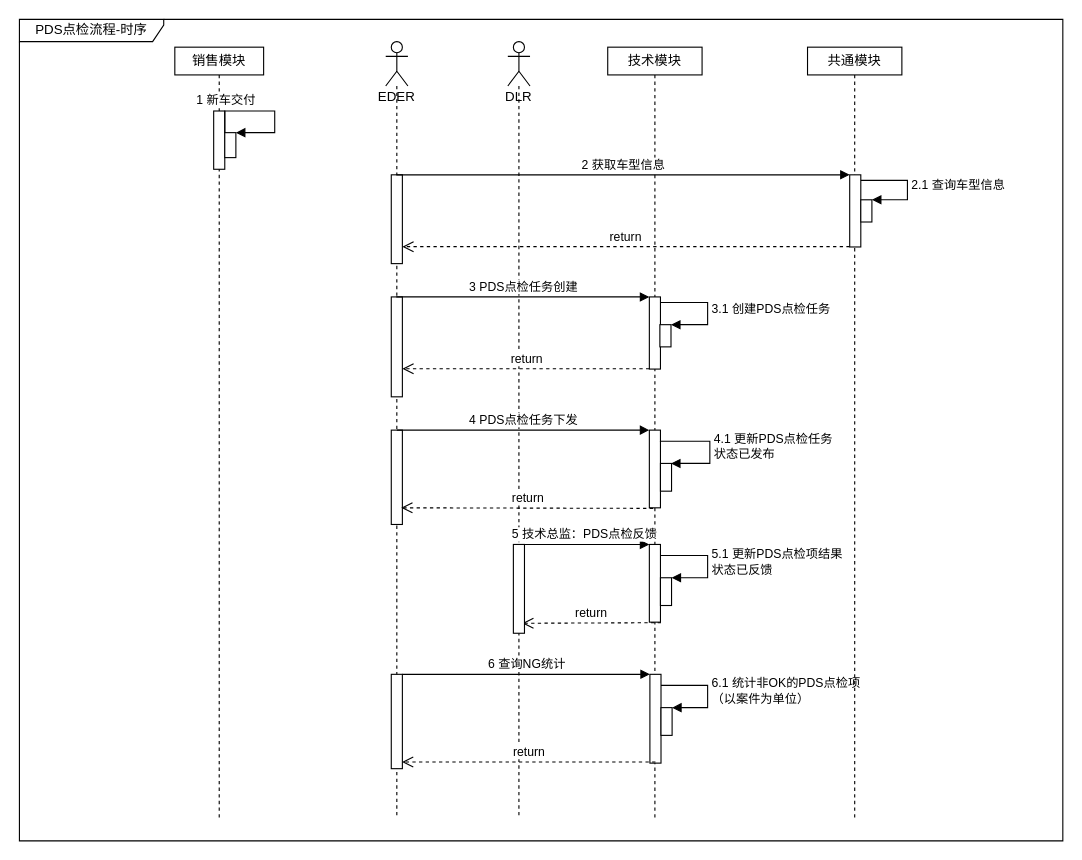
Before: test_uml/未命名绘图.drawio in Fat-Rice/study, a draw.io diagram. Source tidied: cells renumbered, new cells numbered last; positions are measured from the earlier drawing's top-left corner, leaving out a move shared by most shapes. Both pictures are drawn from the tidied source at 111%, with x=0, y=0 at pixel (19, 19).
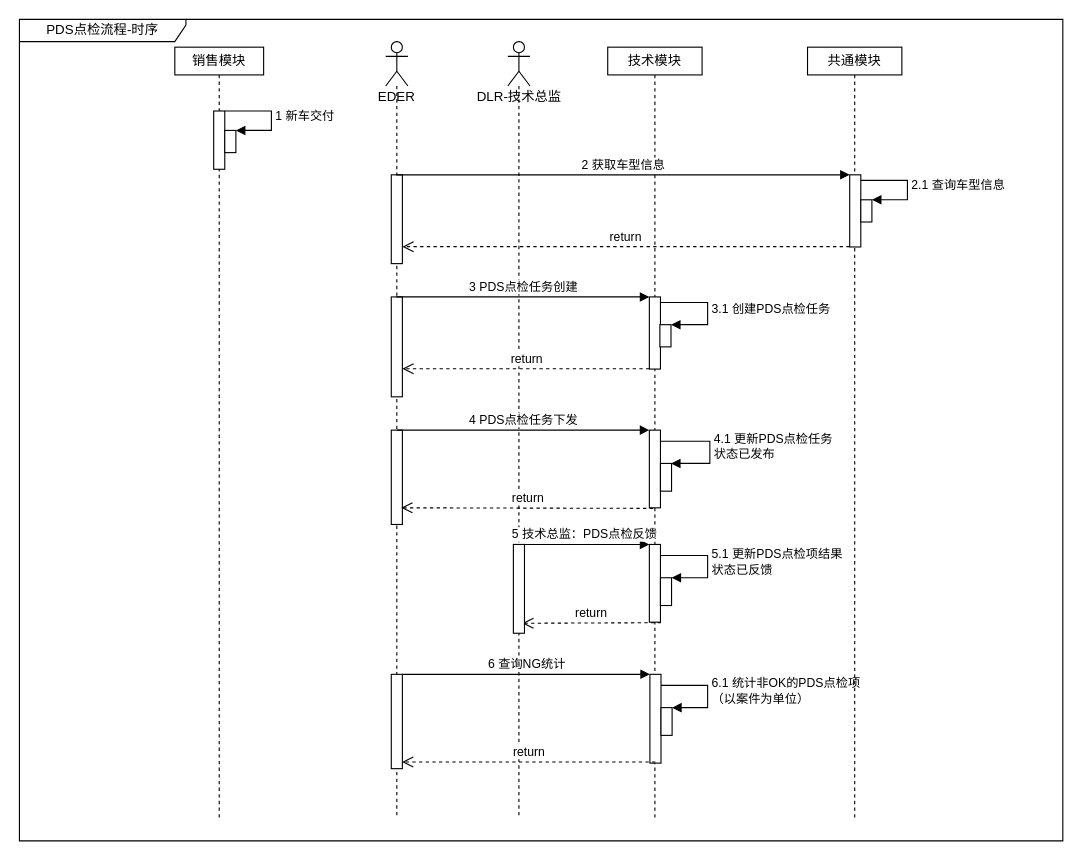
After the change.

The change refers to these unchanged cells:
```xml
<mxCell id="23" value="销售模块" style="shape=umlLifeline;perimeter=lifelinePerimeter;whiteSpace=wrap;html=1;size=25;" parent="1" vertex="1">
  <mxGeometry x="140" y="25" width="80" height="695" as="geometry" />
</mxCell>
```

Diff of the diagram source:
```diff
@@
-    <mxCell id="2" value="PDS点检流程-时序" style="shape=umlFrame;whiteSpace=wrap;html=1;width=130;height=20;" parent="1" vertex="1">
+    <mxCell id="2" value="PDS点检流程-时序" style="shape=umlFrame;whiteSpace=wrap;html=1;width=150;height=20;" parent="1" vertex="1">
       <mxGeometry width="940" height="740" as="geometry" />
     </mxCell>
@@
-    <mxCell id="16" value="DLR &amp;nbsp;&amp;nbsp;&amp;nbsp;&amp;nbsp;&amp;nbsp;&amp;nbsp;&amp;nbsp;&amp;nbsp;&amp;nbsp;&amp;nbsp;&amp;nbsp;&amp;nbsp;&amp;nbsp;&amp;nbsp;&amp;nbsp;&amp;nbsp;&amp;nbsp;&amp;nbsp;&amp;nbsp;&amp;nbsp;&amp;nbsp;&amp;nbsp;&amp;nbsp;&amp;nbsp;&amp;nbsp;&amp;nbsp; " style="shape=umlLifeline;participant=umlActor;perimeter=lifelinePerimeter;whiteSpace=wrap;html=1;verticalAlign=top;spacingTop=36;" parent="1" vertex="1">
+    <mxCell id="16" value="DLR-技术总监" style="shape=umlLifeline;participant=umlActor;perimeter=lifelinePerimeter;html=1;verticalAlign=top;spacingTop=36;" parent="1" vertex="1">
       <mxGeometry x="440" y="20" width="20" height="700" as="geometry" />
     </mxCell>
@@
-    <mxCell id="25" style="html=1;points=[];perimeter=orthogonalPerimeter;" parent="23" vertex="1">
-      <mxGeometry x="45" y="77" width="10" height="22.5" as="geometry" />
-    </mxCell>
-    <mxCell id="26" style="edgeStyle=orthogonalEdgeStyle;html=1;align=left;spacingLeft=2;endArrow=block;rounded=0;entryX=1;entryY=0;verticalAlign=top;" parent="23" edge="1" target="25">
-      <mxGeometry x="-0.67" y="12" relative="1" as="geometry">
-        <mxPoint x="45" y="77" as="sourcePoint" />
-        <Array as="points">
-          <mxPoint x="45" y="57.5" />
-          <mxPoint x="90" y="57.5" />
-          <mxPoint x="90" y="77.5" />
-        </Array>
-        <mxPoint x="7" y="-11" as="offset" />
-      </mxGeometry>
-    </mxCell>
+    <mxCell id="42" style="html=1;points=[];perimeter=orthogonalPerimeter;" parent="23" vertex="1">
+      <mxGeometry x="45" y="75" width="10" height="20" as="geometry" />
+    </mxCell>
-    <mxCell id="27" value="1 新车交付" style="edgeLabel;html=1;align=center;verticalAlign=middle;" parent="26" vertex="1">
-      <mxGeometry x="-0.87" y="1" relative="1" as="geometry">
-        <mxPoint x="1" y="-22" as="offset" />
+    <mxCell id="27" value="&lt;span style=&quot;background-color: transparent&quot;&gt;1 新车交付&lt;/span&gt;" style="edgeStyle=orthogonalEdgeStyle;html=1;align=left;spacingLeft=2;endArrow=block;rounded=0;entryX=1;entryY=0;" parent="23" edge="1" target="42">
+      <mxGeometry relative="1" as="geometry">
+        <mxPoint x="45" y="57.5" as="sourcePoint" />
+        <Array as="points">
+          <mxPoint x="87" y="57.5" />
+          <mxPoint x="87" y="75.5" />
+        </Array>
       </mxGeometry>
     </mxCell>
```
